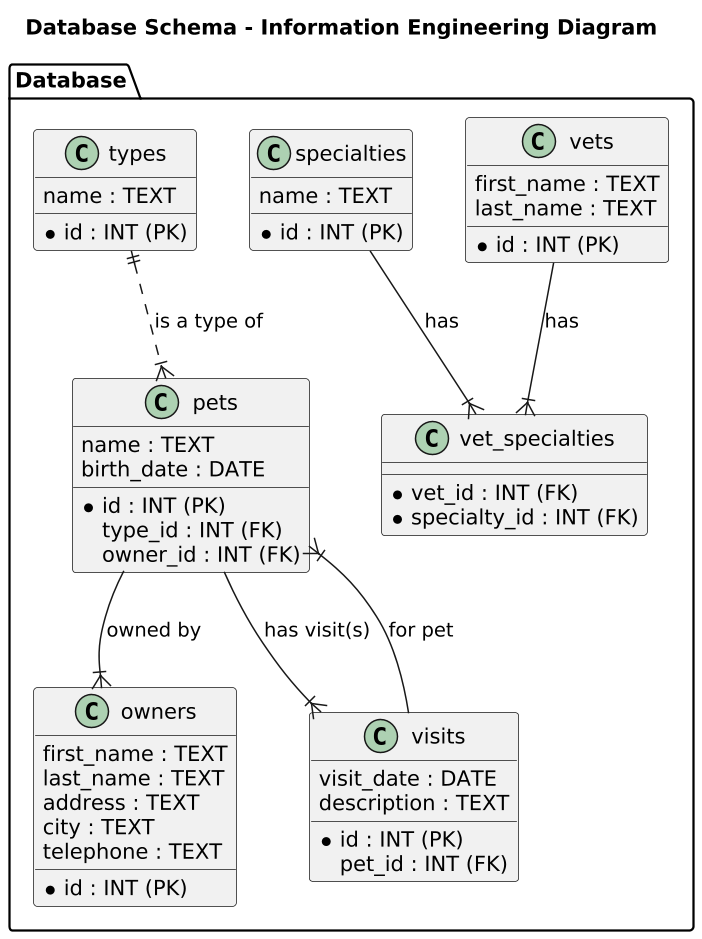
Earlier version of the PlantUML export generate-plantuml-from-sql/responses/3-db.png (mydeveloperplanet/MyAICodingPlanet).
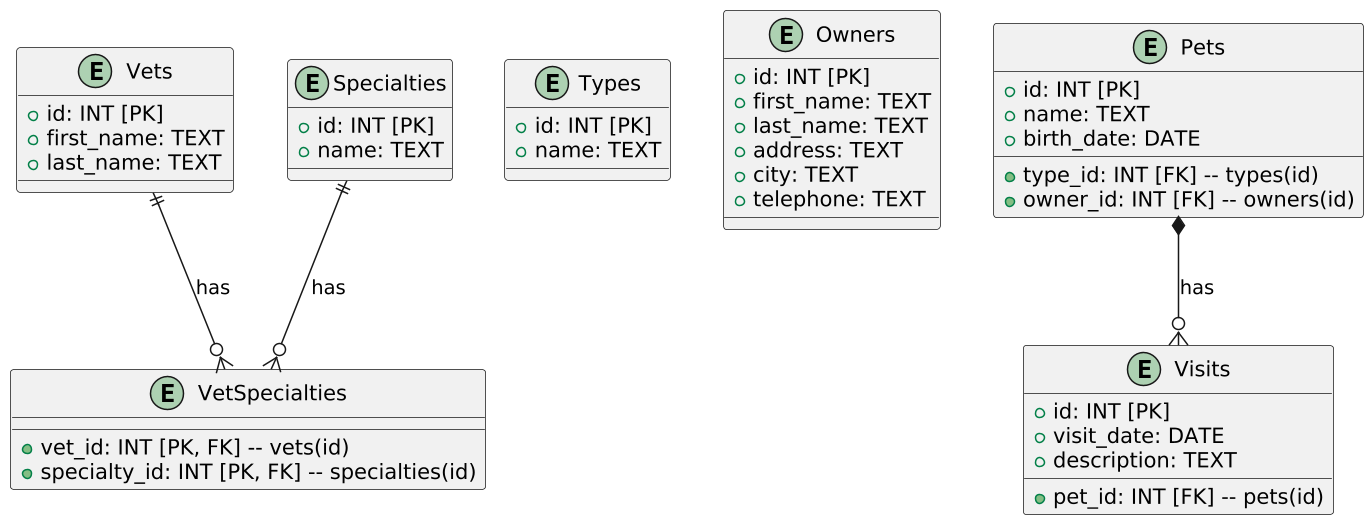
After the change.

Diff of the diagram source:
```diff
@@ -1,65 +1,53 @@
 @startuml
 scale 1.5
 
-!define RECTANGLE class
-
-title Database Schema - Information Engineering Diagram
-
-package "Database" {
-  RECTANGLE "vets" as VETS {
-    * id : INT (PK)
-    first_name : TEXT
-    last_name : TEXT
-  }
-
-  RECTANGLE "specialties" as SPECIALTIES {
-    * id : INT (PK)
-    name : TEXT
-  }
-
-  RECTANGLE "vet_specialties" as VET_SPECIALTIES {
-    * vet_id : INT (FK)
-    * specialty_id : INT (FK)
-  }
-
-  RECTANGLE "types" as TYPES {
-    * id : INT (PK)
-    name : TEXT
-  }
-
-  RECTANGLE "owners" as OWNERS {
-    * id : INT (PK)
-    first_name : TEXT
-    last_name : TEXT
-    address : TEXT
-    city : TEXT
-    telephone : TEXT
-  }
-
-  RECTANGLE "pets" as PETS {
-    * id : INT (PK)
-    name : TEXT
-    birth_date : DATE
-    type_id : INT (FK)
-    owner_id : INT (FK)
-  }
-
-  RECTANGLE "visits" as VISITS {
-    * id : INT (PK)
-    pet_id : INT (FK)
-    visit_date : DATE
-    description : TEXT
-  }
+entity Vets {
+  +id: INT [PK]
+  +first_name: TEXT
+  +last_name: TEXT
 }
 
-VETS --|{ VET_SPECIALTIES : has
-SPECIALTIES --|{ VET_SPECIALTIES : has
+entity Specialties {
+  +id: INT [PK]
+  +name: TEXT
+}
 
-TYPES ||..|{ PETS : is a type of
+entity VetSpecialties {
+  +vet_id: INT [PK, FK] -- vets(id)
+  +specialty_id: INT [PK, FK] -- specialties(id)
+}
 
-PETS --|{ VISITS : has visit(s)
-PETS --|{ OWNERS : owned by
+entity Types {
+  +id: INT [PK]
+  +name: TEXT
+}
 
-VISITS --|{ PETS : for pet
+entity Owners {
+  +id: INT [PK]
+  +first_name: TEXT
+  +last_name: TEXT
+  +address: TEXT
+  +city: TEXT
+  +telephone: TEXT
+}
+
+entity Pets {
+  +id: INT [PK]
+  +name: TEXT
+  +birth_date: DATE
+  +type_id: INT [FK] -- types(id)
+  +owner_id: INT [FK] -- owners(id)
+}
+
+entity Visits {
+  +id: INT [PK]
+  +pet_id: INT [FK] -- pets(id)
+  +visit_date: DATE
+  +description: TEXT
+}
+
+Vets ||--o{ VetSpecialties : has
+Specialties ||--o{ VetSpecialties : has
+Pets *--o{ Visits : has
 
 @enduml
```
